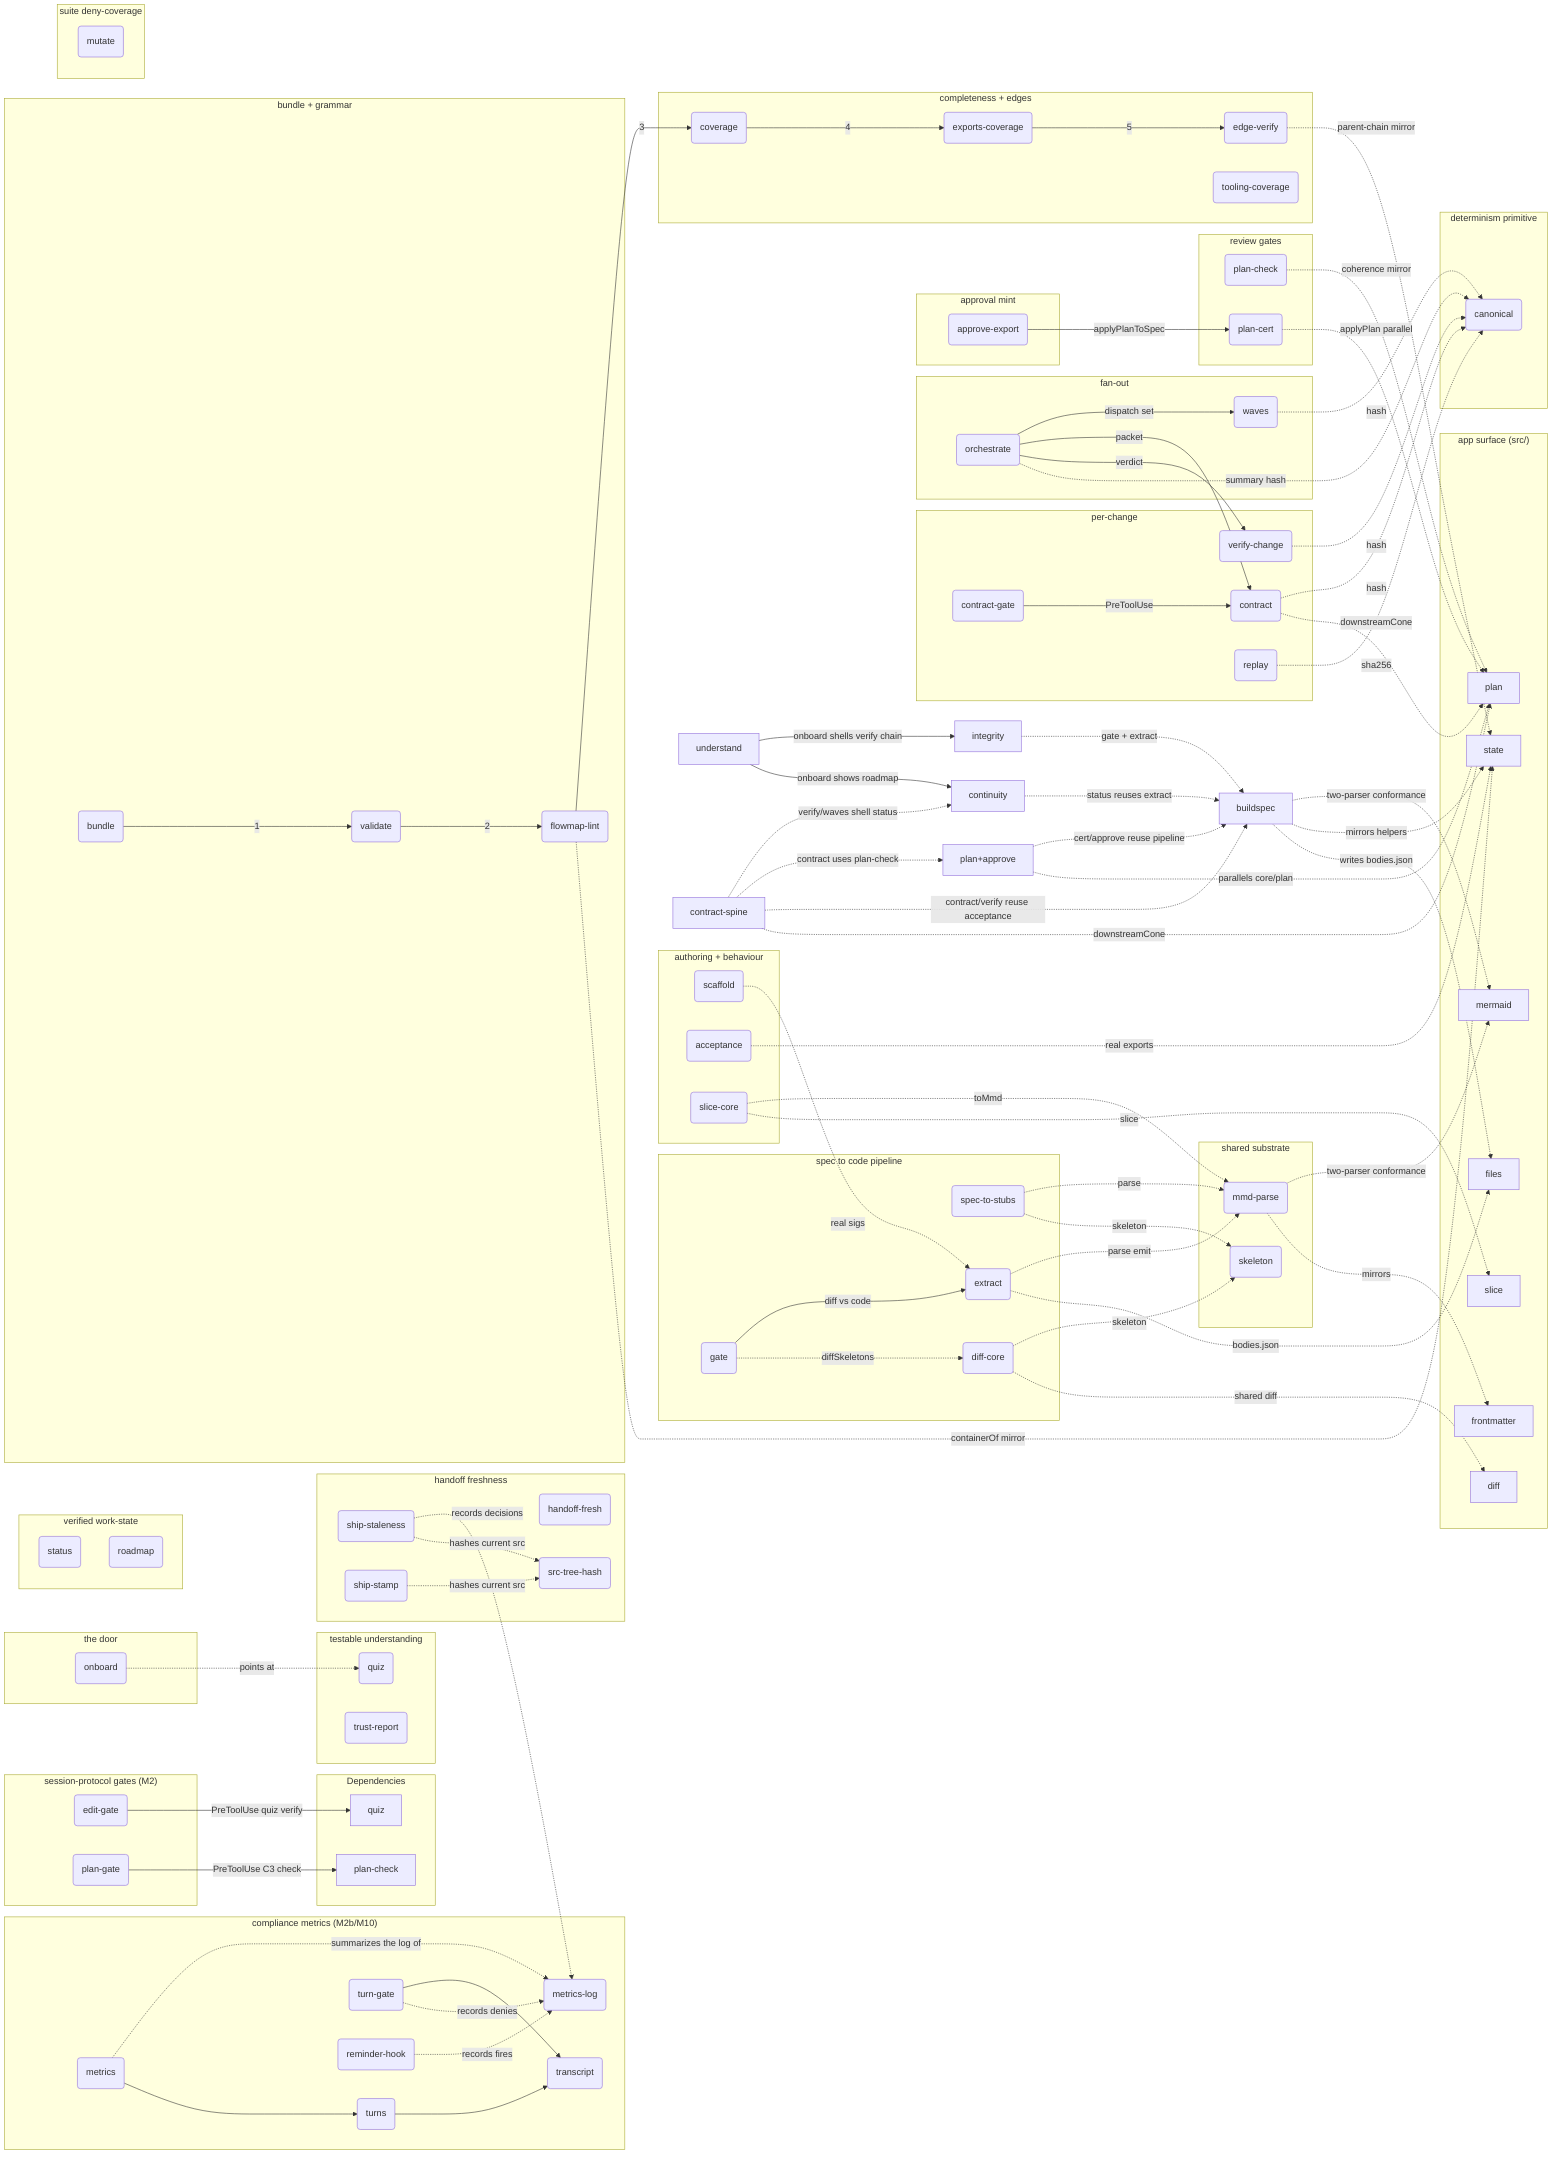
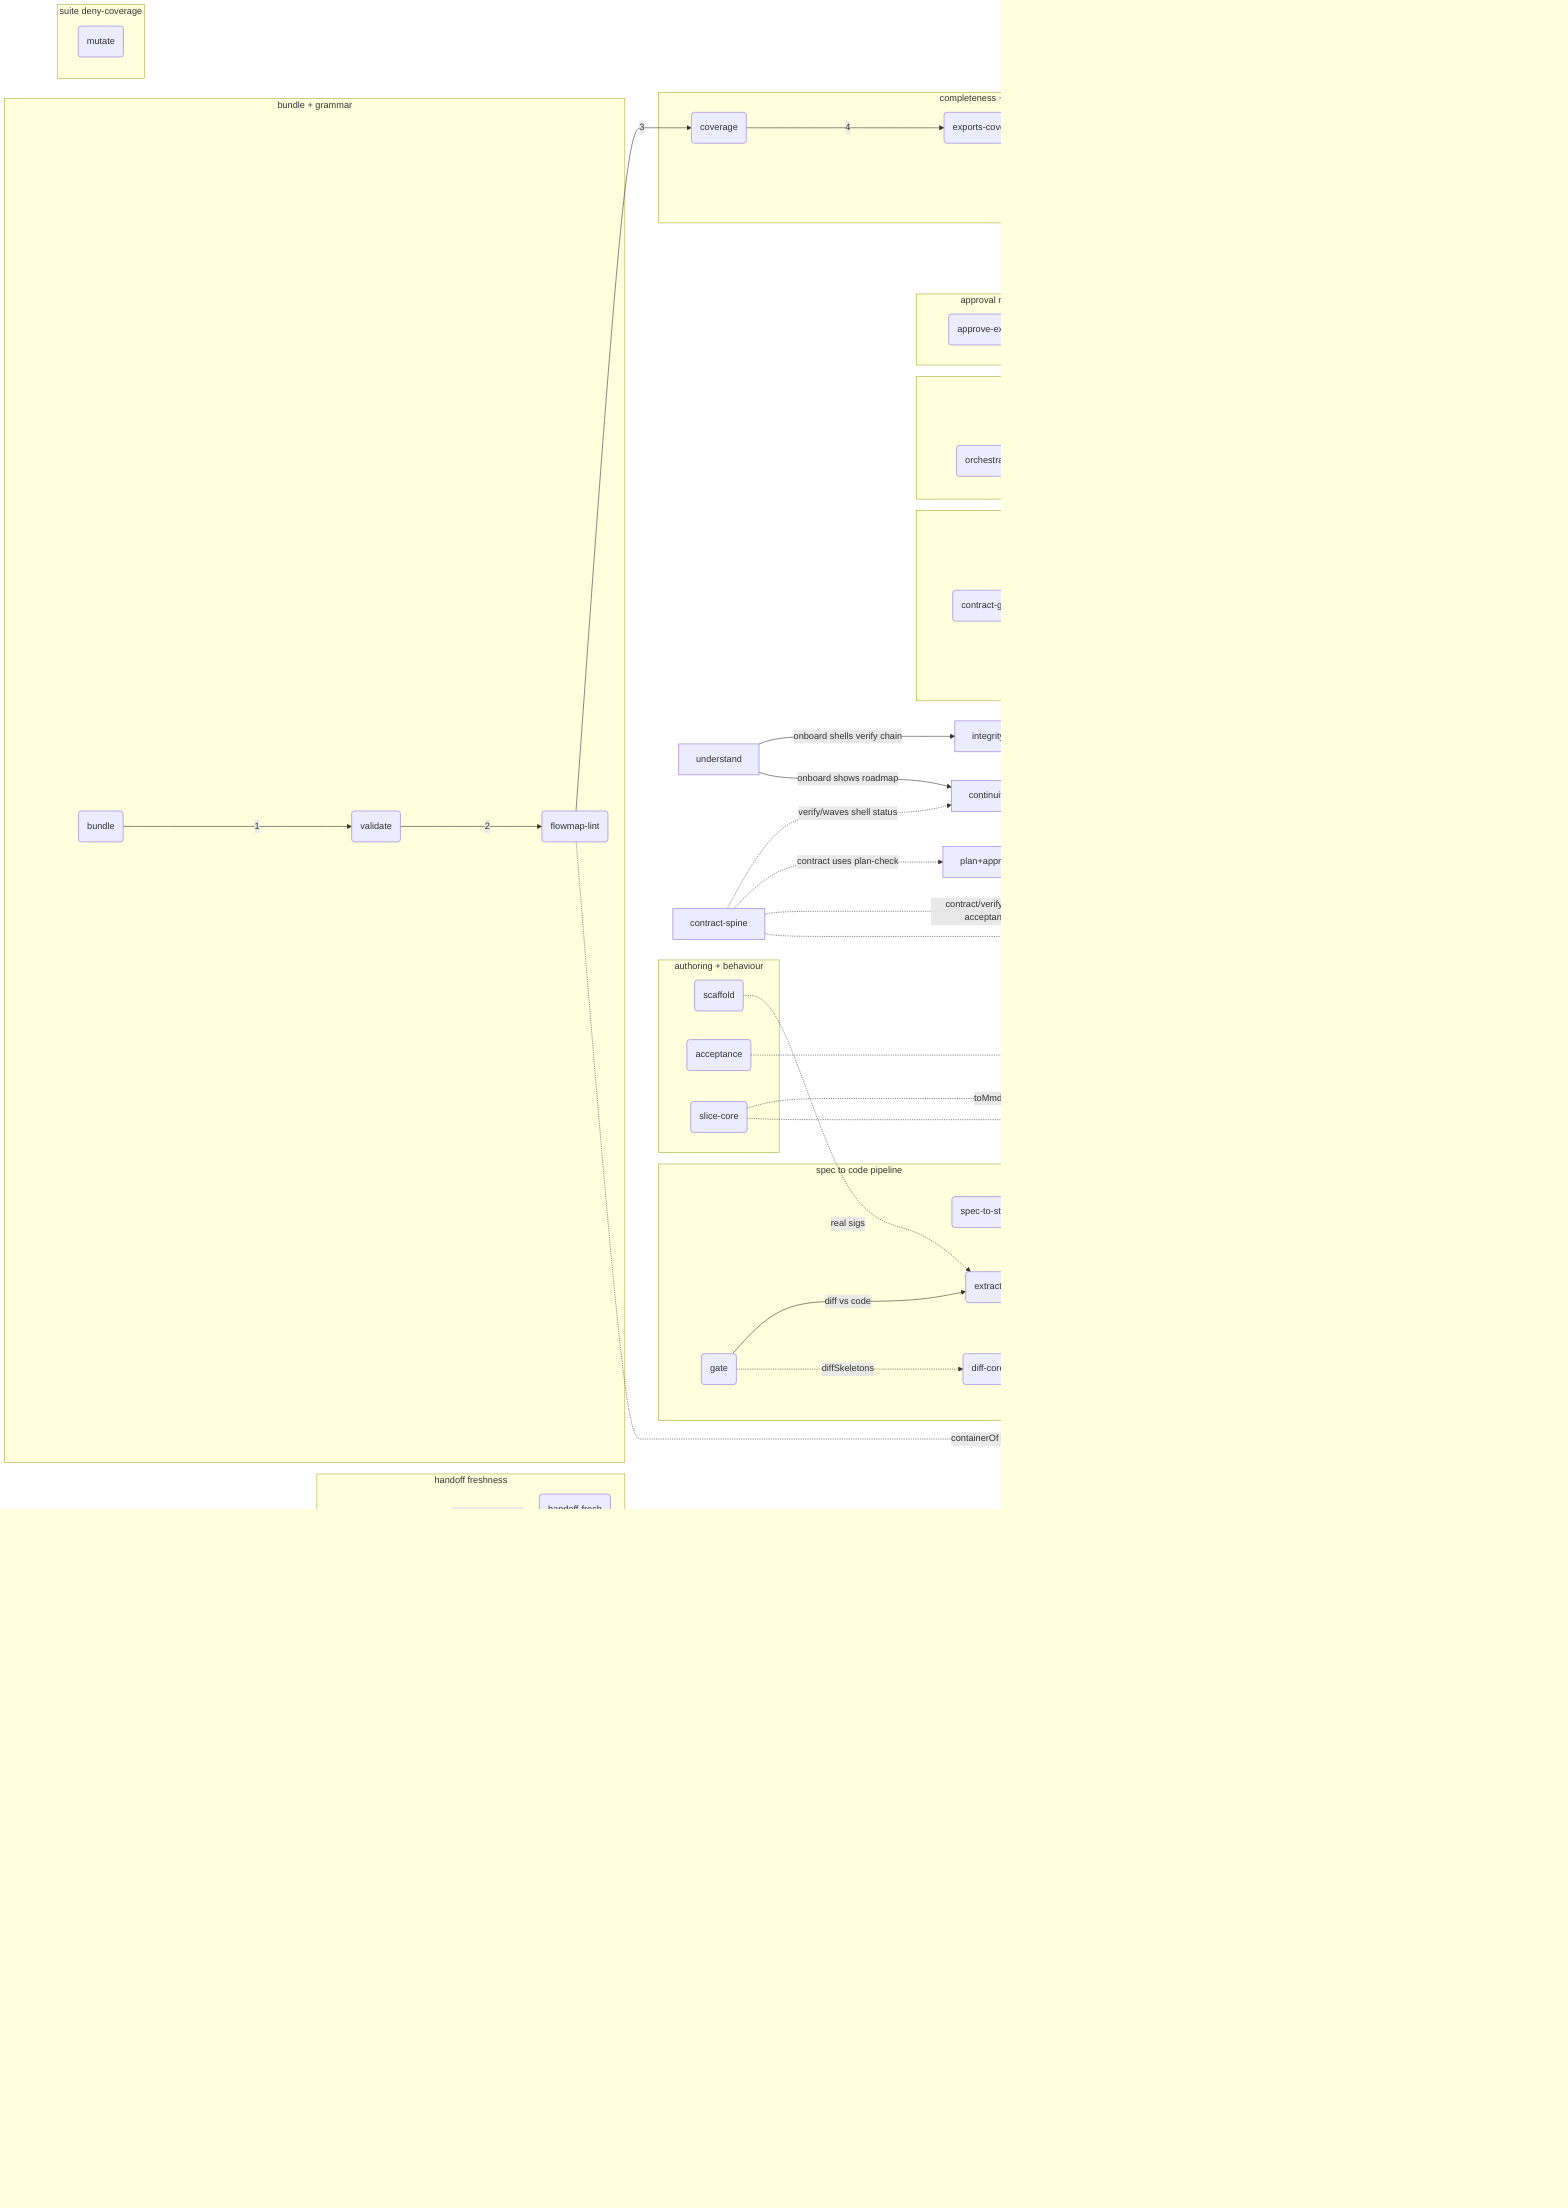
flowchart LR
%% AUTO-GENERATED BUNDLE — do not edit. Edit the per-folder fragments and re-bundle.
%% root flowmapBuildspec

%% fm:meta mermaid name=mermaid
%% fm:meta mermaid desc=app serializer/parser the tooling parser must agree with (two-parser conformance A3)
%% fm:meta frontmatter name=frontmatter
%% fm:meta frontmatter desc=app frontmatter model the tooling parser and skeleton mirror
%% fm:meta state name=state
%% fm:meta state desc=app model and geometry helpers the tooling mirrors and runs acceptance cases against
%% fm:meta files name=files
%% fm:meta files desc=app file IO that consumes the bodies.json the extractor writes
%% fm:meta diff name=diff
%% fm:meta diff desc=app semantic diff whose engine the tooling diff-core shares
%% fm:meta slice name=slice
%% fm:meta slice desc=app neighbourhood slice whose engine the tooling slice-core mirrors
%% fm:meta plan name=plan
%% fm:meta plan desc=app plan overlay model the tooling plan/cert/contract tools parallel and route into
%% fm:meta flowmapBuildspec__mmdParse name=mmd-parse
%% fm:meta flowmapBuildspec__mmdParse desc=zero-dep parser and serializer for the .mmd dialect every tool imports
%% fm:meta flowmapBuildspec__skeleton name=skeleton
%% fm:meta flowmapBuildspec__skeleton desc=canonical contract skeleton of a node plus all type normalization
%% fm:meta flowmapBuildspec__specToStubs name=spec-to-stubs
%% fm:meta flowmapBuildspec__specToStubs desc=step 1 emit TS stubs and contracts so interface drift becomes a tsc error
%% fm:meta flowmapBuildspec__extract name=extract
%% fm:meta flowmapBuildspec__extract desc=step 2 ts-morph walks src and re-serializes real code into a map plus bodies.json
%% fm:meta flowmapBuildspec__diffCore name=diff-core
%% fm:meta flowmapBuildspec__diffCore desc=pure structural diff between two skeleton maps categorizing every mismatch
%% fm:meta flowmapBuildspec__gate name=gate
%% fm:meta flowmapBuildspec__gate desc=step 3 diff committed spec against extracted code and exit non-zero on drift
%% fm:meta flowmapBuildspec__scaffold name=scaffold
%% fm:meta flowmapBuildspec__scaffold desc=author aid init backfill signatures and append plan nodes to fragments
%% fm:meta flowmapBuildspec__acceptance name=acceptance
%% fm:meta flowmapBuildspec__acceptance desc=Keystone 2 run behavioural cases against real src exports to prove correctness
%% fm:meta flowmapBuildspec__sliceCore name=slice-core
%% fm:meta flowmapBuildspec__sliceCore desc=pure model slicer reducing a parsed map to a seed node neighbourhood
%% fm:meta flowmapContractSpine__canonical name=canonical
%% fm:meta flowmapContractSpine__canonical desc=the determinism primitive key sorted JSON and sha256 so equality is a hash compare
%% fm:meta flowmapContractSpine__contract name=contract
%% fm:meta flowmapContractSpine__contract desc=emit a byte deterministic per change packet by routing blast radius source and coherence
%% fm:meta flowmapContractSpine__contractGate name=contract-gate
%% fm:meta flowmapContractSpine__contractGate desc=PreToolUse hook deny a spawn carrying a contract sentinel unless the contract resolves clean
%% fm:meta flowmapContractSpine__editGate name=edit-gate
%% fm:meta flowmapContractSpine__editGate desc=PreToolUse hook deny a src edit unless a quiz pass verifies against the current map bytes
%% fm:meta flowmapContractSpine__planGate name=plan-gate
%% fm:meta flowmapContractSpine__planGate desc=PreToolUse hook deny ExitPlanMode while the named or in flight plan fails coherence
%% fm:meta flowmapContractSpine__verifyChange name=verify-change
%% fm:meta flowmapContractSpine__verifyChange desc=fold structural and behavioural results into a data only verdict strict refuses over trust
%% fm:meta flowmapContractSpine__replay name=replay
%% fm:meta flowmapContractSpine__replay desc=determinism harness run a command N times and assert one stdout hash
%% fm:meta flowmapContractSpine__waves name=waves
%% fm:meta flowmapContractSpine__waves desc=topological wave partition of unbuilt changes with cycle detection for parallel dispatch
%% fm:meta flowmapContractSpine__orchestrate name=orchestrate
%% fm:meta flowmapContractSpine__orchestrate desc=the driver waves to per change worktree plus contract to verdict to canonical summary
%% fm:meta flowmapUnderstand__onboard name=onboard
%% fm:meta flowmapUnderstand__onboard desc=the single verifiable door shell the verify chain emit invariants print quiz and roadmap
%% fm:meta flowmapUnderstand__quiz name=quiz
%% fm:meta flowmapUnderstand__quiz desc=Keystone 1 generate structural questions and score answers against live re-derived keys
%% fm:meta flowmapUnderstand__trust name=trust-report
%% fm:meta flowmapUnderstand__trust desc=tier every claim verified advisory or unverified so readers know what is enforced
%% fm:meta flowmapPlanApprove__planCheck name=plan-check
%% fm:meta flowmapPlanApprove__planCheck desc=C3 authoring coherence real ids acyclic deps valid parents coherent accepted set
%% fm:meta flowmapPlanApprove__planCert name=plan-cert
%% fm:meta flowmapPlanApprove__planCert desc=C2 dry-run certificate apply the plan and run generate tsc extract gate as a delta
%% fm:meta flowmapPlanApprove__approve name=approve-export
%% fm:meta flowmapPlanApprove__approve desc=E1 mint write approved map contracts filtered plan and checklist
%% fm:meta flowmapContinuity__status name=status
%% fm:meta flowmapContinuity__status desc=verified work-state compare a plan proposed signatures against live code built pending drifted missing
%% fm:meta flowmapContinuity__roadmap name=roadmap
%% fm:meta flowmapContinuity__roadmap desc=compute roadmap phase status from predicates and audit the no prose status ban
%% fm:meta flowmapContinuity__handoff name=handoff-fresh
%% fm:meta flowmapContinuity__handoff desc=detect when the handoff lags commits and falsify not yet committed prose claims
%% fm:meta flowmapContinuity__shipStaleness name=ship-staleness
%% fm:meta flowmapContinuity__shipStaleness desc=Stop hook block a session end while src content hash differs from the last recorded ship stamp
%% fm:meta flowmapContinuity__shipStamp name=ship-stamp
%% fm:meta flowmapContinuity__shipStamp desc=last step of flowmap ship record the current src content hash to docs flowmap ship-stamp.json
%% fm:meta flowmapContinuity__srcTreeHash name=src-tree-hash
%% fm:meta flowmapContinuity__srcTreeHash desc=git plumbing content hash of a directory working tree scratch index add write-tree no timestamps
%% fm:meta flowmapContinuity__metrics name=metrics
%% fm:meta flowmapContinuity__metrics desc=M2b summarize the compliance log into rates quiz gate ship cert unproven and wrap ship runs transparently
%% fm:meta flowmapContinuity__metricsLog name=metrics-log
%% fm:meta flowmapContinuity__metricsLog desc=fail silent JSONL emitter the gates quiz and verdict tools import logging may never change a decision
%% fm:meta flowmapContinuity__turns name=turns
%% fm:meta flowmapContinuity__turns desc=M10 measure turn discipline batch ratio cache read tokens subagent tokens tokens to first src edit over session transcripts
%% fm:meta flowmapContinuity__transcriptLib name=transcript
%% fm:meta flowmapContinuity__transcriptLib desc=shared Claude Code transcript parser dedupe assistant API calls by message id merge usage accumulate tool uses
%% fm:meta flowmapContinuity__turnGate name=turn-gate
%% fm:meta flowmapContinuity__turnGate desc=M10 force PreToolUse gate denies a streak of four or more consecutive single-read turns fails open on unreadable input one free retry marker
+ %% fm:meta flowmapContinuity__auditRun name=audit-run
+ %% fm:meta flowmapContinuity__auditRun desc=M10 read only forensic reconstruction of what ran in a session from immutable jsonl transcripts report only reconciliation against a run manifest never flips the exit code
%% fm:meta flowmapContinuity__reminderHook name=reminder-hook
%% fm:meta flowmapContinuity__reminderHook desc=PreToolUse hook throttled advisory reminder injection into main-agent context fail-open never emits decision or permissionDecision
%% fm:meta flowmapIntegrity__bundle name=bundle
%% fm:meta flowmapIntegrity__bundle desc=merge root plus every fragment into one bundle namespacing private ids
%% fm:meta flowmapIntegrity__validate name=validate
%% fm:meta flowmapIntegrity__validate desc=grammar gate one header unique ids every reference resolves one kind per node
%% fm:meta flowmapIntegrity__lint name=flowmap-lint
%% fm:meta flowmapIntegrity__lint desc=architecture altitude gate fail on flat file-mirror or unsectioned loose bag
%% fm:meta flowmapIntegrity__coverage name=coverage
%% fm:meta flowmapIntegrity__coverage desc=file completeness guard every source file is represented or has a fragment
%% fm:meta flowmapIntegrity__exports name=exports-coverage
%% fm:meta flowmapIntegrity__exports desc=symbol completeness guard every exported symbol is a node or audited entry
%% fm:meta flowmapIntegrity__edges name=edge-verify
%% fm:meta flowmapIntegrity__edges desc=edge integrity guard every edge is import backed intra file or audited advisory
%% fm:meta flowmapIntegrity__toolingCoverage name=tooling-coverage
%% fm:meta flowmapIntegrity__toolingCoverage desc=completeness plus symbol truth guard for the tooling map itself
%% fm:meta flowmapIntegrity__mutate name=mutate
%% fm:meta flowmapIntegrity__mutate desc=mutation harness apply corpus defects in isolated HEAD worktrees and assert the suite reacts as the corpus expects

%% kind flowmapBuildspec module
%% kind flowmapIntegrity module
%% kind flowmapUnderstand module
%% kind flowmapContinuity module
%% kind flowmapPlanApprove module
%% kind flowmapContractSpine module
%% kind mermaid module
%% kind frontmatter module
%% kind state module
%% kind files module
%% kind diff module
%% kind slice module
%% kind plan module
%% kind flowmapBuildspec__mmdParse module
%% kind flowmapBuildspec__skeleton module
%% kind flowmapBuildspec__specToStubs service
%% kind flowmapBuildspec__extract service
%% kind flowmapBuildspec__diffCore module
%% kind flowmapBuildspec__gate service
%% kind flowmapBuildspec__scaffold service
%% kind flowmapBuildspec__acceptance service
%% kind flowmapBuildspec__sliceCore module
%% kind flowmapContractSpine__canonical module
%% kind flowmapContractSpine__contract service
%% kind flowmapContractSpine__contractGate service
%% kind flowmapContractSpine__editGate service
%% kind flowmapContractSpine__planGate service
%% kind flowmapContractSpine__verifyChange service
%% kind flowmapContractSpine__replay service
%% kind flowmapContractSpine__waves service
%% kind flowmapContractSpine__orchestrate service
%% kind flowmapUnderstand__onboard service
%% kind flowmapUnderstand__quiz service
%% kind flowmapUnderstand__trust service
%% kind flowmapPlanApprove__planCheck service
%% kind flowmapPlanApprove__planCert service
%% kind flowmapPlanApprove__approve service
%% kind flowmapContinuity__status service
%% kind flowmapContinuity__roadmap service
%% kind flowmapContinuity__handoff service
%% kind flowmapContinuity__shipStaleness service
%% kind flowmapContinuity__shipStamp service
%% kind flowmapContinuity__srcTreeHash module
%% kind flowmapContinuity__metrics service
%% kind flowmapContinuity__metricsLog module
%% kind flowmapContinuity__turns service
%% kind flowmapContinuity__transcriptLib module
%% kind flowmapContinuity__turnGate service
+ %% kind flowmapContinuity__auditRun service
%% kind flowmapContinuity__reminderHook service
%% kind flowmapIntegrity__bundle service
%% kind flowmapIntegrity__validate service
%% kind flowmapIntegrity__lint service
%% kind flowmapIntegrity__coverage service
%% kind flowmapIntegrity__exports service
%% kind flowmapIntegrity__edges service
%% kind flowmapIntegrity__toolingCoverage service
%% kind flowmapIntegrity__mutate service
%% parent flowmapBuildspec__bs_substrate flowmapBuildspec
%% parent flowmapBuildspec__bs_pipeline flowmapBuildspec
%% parent flowmapBuildspec__bs_aids flowmapBuildspec
%% parent flowmapContractSpine__cs_prim flowmapContractSpine
%% parent flowmapContractSpine__cs_change flowmapContractSpine
%% parent flowmapContractSpine__cs_fanout flowmapContractSpine
%% parent flowmapContractSpine__cs_protocol flowmapContractSpine
%% parent flowmapUnderstand__un_door flowmapUnderstand
%% parent flowmapUnderstand__un_prove flowmapUnderstand
%% parent flowmapPlanApprove__pa_gates flowmapPlanApprove
%% parent flowmapPlanApprove__pa_mint flowmapPlanApprove
%% parent flowmapContinuity__co_state flowmapContinuity
%% parent flowmapContinuity__co_handoff flowmapContinuity
%% parent flowmapContinuity__co_metrics flowmapContinuity
%% parent flowmapIntegrity__in_build flowmapIntegrity
%% parent flowmapIntegrity__in_complete flowmapIntegrity
%% parent flowmapIntegrity__in_suite flowmapIntegrity
%% src flowmapBuildspec__mmdParse tools/buildspec/core/mmd-parse.mjs#parseMmd
%% src flowmapBuildspec__skeleton tools/buildspec/core/skeleton.mjs#specSkeleton
%% src flowmapBuildspec__specToStubs tools/buildspec/pipeline/spec-to-stubs.mjs#generate
%% src flowmapBuildspec__extract tools/buildspec/pipeline/extract.mjs#extract
%% src flowmapBuildspec__diffCore tools/buildspec/core/diff-core.mjs#diffSkeletons
%% src flowmapBuildspec__gate tools/buildspec/pipeline/gate.mjs
%% src flowmapBuildspec__scaffold tools/buildspec/scaffold/scaffold.mjs#addFromPlan
%% src flowmapBuildspec__acceptance tools/buildspec/acceptance/acceptance.mjs#runAcceptance
%% src flowmapBuildspec__sliceCore tools/buildspec/core/slice-core.mjs#sliceModel
%% src flowmapContractSpine__canonical tools/flowmap/lib/canonical.mjs#canonicalize
%% src flowmapContractSpine__contract tools/flowmap/contract/contract.mjs
%% src flowmapContractSpine__contractGate tools/flowmap/gates/contract-gate.mjs
%% src flowmapContractSpine__editGate tools/flowmap/gates/edit-gate.mjs
%% src flowmapContractSpine__planGate tools/flowmap/gates/plan-gate.mjs
%% src flowmapContractSpine__verifyChange tools/flowmap/contract/verify-change.mjs
%% src flowmapContractSpine__replay tools/flowmap/contract/replay.mjs
%% src flowmapContractSpine__waves tools/flowmap/contract/waves.mjs
%% src flowmapContractSpine__orchestrate tools/flowmap/contract/orchestrate.mjs
%% src flowmapUnderstand__onboard tools/flowmap/onboard/onboard.mjs
%% src flowmapUnderstand__quiz tools/flowmap/onboard/quiz.mjs
%% src flowmapUnderstand__trust tools/flowmap/verify/trust-report.mjs
%% src flowmapPlanApprove__planCheck tools/flowmap/plan/plan-check.mjs#checkPlan
%% src flowmapPlanApprove__planCert tools/flowmap/plan/plan-cert.mjs#certifyPlan
%% src flowmapPlanApprove__approve tools/flowmap/plan/approve-export.mjs#approveExport
%% src flowmapContinuity__status tools/flowmap/status/status.mjs
%% src flowmapContinuity__roadmap tools/flowmap/status/roadmap.mjs
%% src flowmapContinuity__handoff tools/flowmap/status/handoff-fresh.mjs#checkContentClaims
%% src flowmapContinuity__shipStaleness tools/flowmap/gates/ship-staleness.mjs
%% src flowmapContinuity__shipStamp tools/flowmap/verify/ship-stamp.mjs
%% src flowmapContinuity__srcTreeHash tools/flowmap/lib/src-tree-hash.mjs#srcTreeHash
%% src flowmapContinuity__metrics tools/flowmap/status/metrics.mjs
%% src flowmapContinuity__metricsLog tools/flowmap/lib/metrics-log.mjs#recordEvent
%% src flowmapContinuity__turns tools/flowmap/status/turns.mjs
%% src flowmapContinuity__transcriptLib tools/flowmap/lib/transcript.mjs#parseTranscript
%% src flowmapContinuity__turnGate tools/flowmap/gates/turn-gate.mjs
+ %% src flowmapContinuity__auditRun tools/flowmap/audit/audit-run.mjs
%% src flowmapContinuity__reminderHook tools/flowmap/gates/reminder-hook.mjs
%% src flowmapIntegrity__bundle tools/flowmap/verify/bundle.mjs
%% src flowmapIntegrity__validate tools/flowmap/verify/validate.mjs
%% src flowmapIntegrity__lint tools/flowmap/verify/flowmap-lint.mjs#lint
%% src flowmapIntegrity__coverage tools/flowmap/verify/coverage.mjs
%% src flowmapIntegrity__exports tools/flowmap/verify/exports-coverage.mjs
%% src flowmapIntegrity__edges tools/flowmap/verify/edge-verify.mjs#verifyEdges
%% src flowmapIntegrity__toolingCoverage tools/flowmap/verify/tooling-coverage.mjs
%% src flowmapIntegrity__mutate tools/flowmap/verify/mutate.mjs

  flowmapBuildspec["buildspec"]
  flowmapIntegrity["integrity"]
  flowmapUnderstand["understand"]
  flowmapContinuity["continuity"]
  flowmapPlanApprove["plan+approve"]
  flowmapContractSpine["contract-spine"]
  subgraph AppSurface ["app surface (src/)"]
    mermaid["mermaid"]
    frontmatter["frontmatter"]
    state["state"]
    files["files"]
    diff["diff"]
    slice["slice"]
    plan["plan"]
  end
  %% ---- subsystem-level flow (the loop) ----
  %% ---- tooling -> app surface (the blast radius) ----

  subgraph flowmapBuildspec__bs_substrate ["shared substrate"]
    flowmapBuildspec__mmdParse("mmd-parse")
    flowmapBuildspec__skeleton("skeleton")
  end
  subgraph flowmapBuildspec__bs_pipeline ["spec to code pipeline"]
    flowmapBuildspec__specToStubs("spec-to-stubs")
    flowmapBuildspec__extract("extract")
    flowmapBuildspec__gate("gate")
    flowmapBuildspec__diffCore("diff-core")
  end
  subgraph flowmapBuildspec__bs_aids ["authoring + behaviour"]
    flowmapBuildspec__scaffold("scaffold")
    flowmapBuildspec__acceptance("acceptance")
    flowmapBuildspec__sliceCore("slice-core")
  end

  subgraph flowmapContractSpine__cs_prim ["determinism primitive"]
    flowmapContractSpine__canonical("canonical")
  end
  subgraph flowmapContractSpine__cs_change ["per-change"]
    flowmapContractSpine__contract("contract")
    flowmapContractSpine__contractGate("contract-gate")
    flowmapContractSpine__verifyChange("verify-change")
    flowmapContractSpine__replay("replay")
  end
  subgraph flowmapContractSpine__cs_fanout ["fan-out"]
    flowmapContractSpine__waves("waves")
    flowmapContractSpine__orchestrate("orchestrate")
  end
  subgraph flowmapContractSpine__cs_protocol ["session-protocol gates (M2)"]
    flowmapContractSpine__editGate("edit-gate")
    flowmapContractSpine__planGate("plan-gate")
  end
  subgraph flowmapContractSpine__Deps ["Dependencies"]
    flowmapContractSpine__quiz["quiz"]
    flowmapContractSpine__planCheck["plan-check"]
  end

  subgraph flowmapUnderstand__un_door ["the door"]
    flowmapUnderstand__onboard("onboard")
  end
  subgraph flowmapUnderstand__un_prove ["testable understanding"]
    flowmapUnderstand__quiz("quiz")
    flowmapUnderstand__trust("trust-report")
  end

  subgraph flowmapPlanApprove__pa_gates ["review gates"]
    flowmapPlanApprove__planCheck("plan-check")
    flowmapPlanApprove__planCert("plan-cert")
  end
  subgraph flowmapPlanApprove__pa_mint ["approval mint"]
    flowmapPlanApprove__approve("approve-export")
  end

  subgraph flowmapContinuity__co_state ["verified work-state"]
    flowmapContinuity__status("status")
    flowmapContinuity__roadmap("roadmap")
  end
  subgraph flowmapContinuity__co_handoff ["handoff freshness"]
    flowmapContinuity__handoff("handoff-fresh")
    flowmapContinuity__shipStaleness("ship-staleness")
    flowmapContinuity__shipStamp("ship-stamp")
    flowmapContinuity__srcTreeHash("src-tree-hash")
  end
  subgraph flowmapContinuity__co_metrics ["compliance metrics (M2b/M10)"]
    flowmapContinuity__metrics("metrics")
    flowmapContinuity__metricsLog("metrics-log")
    flowmapContinuity__turns("turns")
    flowmapContinuity__transcriptLib("transcript")
    flowmapContinuity__turnGate("turn-gate")
    flowmapContinuity__reminderHook("reminder-hook")
+     flowmapContinuity__auditRun("audit-run")
  end

  subgraph flowmapIntegrity__in_build ["bundle + grammar"]
    flowmapIntegrity__bundle("bundle")
    flowmapIntegrity__validate("validate")
    flowmapIntegrity__lint("flowmap-lint")
  end
  subgraph flowmapIntegrity__in_complete ["completeness + edges"]
    flowmapIntegrity__coverage("coverage")
    flowmapIntegrity__exports("exports-coverage")
    flowmapIntegrity__edges("edge-verify")
    flowmapIntegrity__toolingCoverage("tooling-coverage")
  end
  subgraph flowmapIntegrity__in_suite ["suite deny-coverage"]
    flowmapIntegrity__mutate("mutate")
  end

  flowmapUnderstand -->|onboard shells verify chain| flowmapIntegrity
  flowmapUnderstand -->|onboard shows roadmap| flowmapContinuity
  flowmapIntegrity -.->|gate + extract| flowmapBuildspec
  flowmapContinuity -.->|status reuses extract| flowmapBuildspec
  flowmapPlanApprove -.->|cert/approve reuse pipeline| flowmapBuildspec
  flowmapContractSpine -.->|verify/waves shell status| flowmapContinuity
  flowmapContractSpine -.->|contract uses plan-check| flowmapPlanApprove
  flowmapContractSpine -.->|contract/verify reuse acceptance| flowmapBuildspec
  flowmapBuildspec -.->|two-parser conformance| mermaid
  flowmapBuildspec -.->|mirrors helpers| state
  flowmapBuildspec -.->|writes bodies.json| files
  flowmapPlanApprove -.->|parallels core/plan| plan
  flowmapContractSpine -.->|downstreamCone| plan
  flowmapBuildspec__gate -->|diff vs code| flowmapBuildspec__extract
  flowmapBuildspec__gate -.->|diffSkeletons| flowmapBuildspec__diffCore
  flowmapBuildspec__diffCore -.->|skeleton| flowmapBuildspec__skeleton
  flowmapBuildspec__extract -.->|parse emit| flowmapBuildspec__mmdParse
  flowmapBuildspec__specToStubs -.->|parse| flowmapBuildspec__mmdParse
  flowmapBuildspec__specToStubs -.->|skeleton| flowmapBuildspec__skeleton
  flowmapBuildspec__scaffold -.->|real sigs| flowmapBuildspec__extract
  flowmapBuildspec__sliceCore -.->|toMmd| flowmapBuildspec__mmdParse
  flowmapBuildspec__mmdParse -.->|two-parser conformance| mermaid
  flowmapBuildspec__mmdParse -.->|mirrors| frontmatter
  flowmapBuildspec__extract -.->|bodies.json| files
  flowmapBuildspec__acceptance -.->|real exports| state
  flowmapBuildspec__diffCore -.->|shared diff| diff
  flowmapBuildspec__sliceCore -.->|slice| slice
  flowmapContractSpine__contractGate -->|PreToolUse| flowmapContractSpine__contract
  flowmapContractSpine__editGate -->|PreToolUse quiz verify| flowmapContractSpine__quiz
  flowmapContractSpine__planGate -->|PreToolUse C3 check| flowmapContractSpine__planCheck
  flowmapContractSpine__orchestrate -->|dispatch set| flowmapContractSpine__waves
  flowmapContractSpine__orchestrate -->|packet| flowmapContractSpine__contract
  flowmapContractSpine__orchestrate -->|verdict| flowmapContractSpine__verifyChange
  flowmapContractSpine__contract -.->|hash| flowmapContractSpine__canonical
  flowmapContractSpine__verifyChange -.->|hash| flowmapContractSpine__canonical
  flowmapContractSpine__replay -.->|sha256| flowmapContractSpine__canonical
  flowmapContractSpine__waves -.->|hash| flowmapContractSpine__canonical
  flowmapContractSpine__orchestrate -.->|summary hash| flowmapContractSpine__canonical
  flowmapContractSpine__contract -.->|downstreamCone| plan
  flowmapUnderstand__onboard -.->|points at| flowmapUnderstand__quiz
  flowmapPlanApprove__approve -->|applyPlanToSpec| flowmapPlanApprove__planCert
  flowmapPlanApprove__planCheck -.->|coherence mirror| plan
  flowmapPlanApprove__planCert -.->|applyPlan parallel| plan
  flowmapContinuity__metrics -.->|summarizes the log of| flowmapContinuity__metricsLog
  flowmapContinuity__shipStaleness -.->|records decisions| flowmapContinuity__metricsLog
  flowmapContinuity__shipStaleness -.->|hashes current src| flowmapContinuity__srcTreeHash
  flowmapContinuity__shipStamp -.->|hashes current src| flowmapContinuity__srcTreeHash
  flowmapContinuity__metrics --> flowmapContinuity__turns
  flowmapContinuity__turns --> flowmapContinuity__transcriptLib
  flowmapContinuity__turnGate --> flowmapContinuity__transcriptLib
  flowmapContinuity__turnGate -.->|records denies| flowmapContinuity__metricsLog
  flowmapContinuity__reminderHook -.->|records fires| flowmapContinuity__metricsLog
  flowmapIntegrity__bundle -->|1| flowmapIntegrity__validate
  flowmapIntegrity__validate -->|2| flowmapIntegrity__lint
  flowmapIntegrity__lint -->|3| flowmapIntegrity__coverage
  flowmapIntegrity__coverage -->|4| flowmapIntegrity__exports
  flowmapIntegrity__exports -->|5| flowmapIntegrity__edges
  flowmapIntegrity__lint -.->|containerOf mirror| state
  flowmapIntegrity__edges -.->|parent-chain mirror| state
